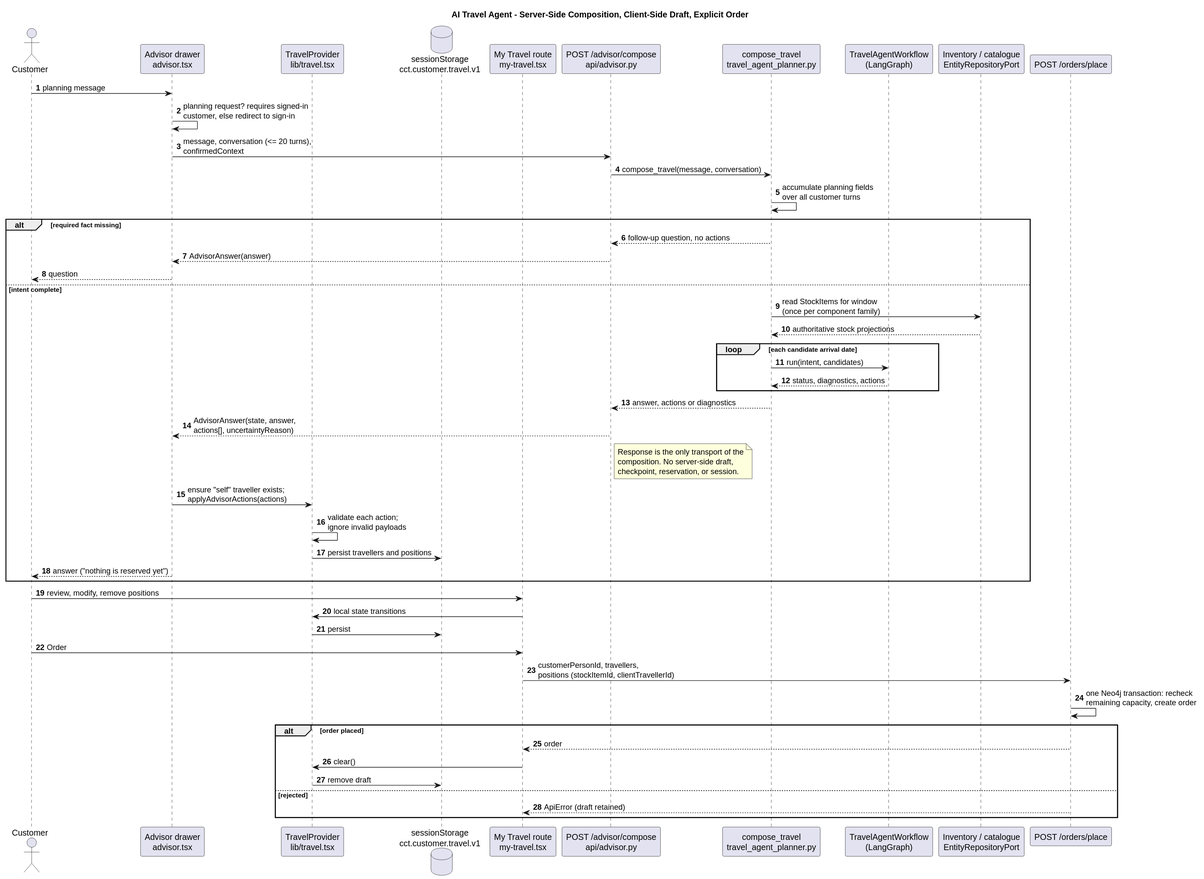
This is docs/architecture/software-architecture/travel-agent-client-draft.svg from hochschule-darmstadt/a3se_app, a PlantUML export, as it was before one commit. Its diagram source:
```plantuml
@startuml
title AI Travel Agent - Server-Side Composition, Client-Side Draft, Explicit Order
autonumber
actor Customer
participant "Advisor drawer\nadvisor.tsx" as UI
participant "TravelProvider\nlib/travel.tsx" as TP
database "sessionStorage\ncct.customer.travel.v1" as SS
participant "My Travel route\nmy-travel.tsx" as MT
participant "POST /advisor/compose\napi/advisor.py" as API
participant "compose_travel\ntravel_agent_planner.py" as PL
participant "TravelAgentWorkflow\n(LangGraph)" as WF
participant "Inventory / catalogue\nEntityRepositoryPort" as INV
participant "POST /orders/place" as ORD

Customer -> UI: planning message
UI -> UI: planning request? requires signed-in\ncustomer, else redirect to sign-in
UI -> API: message, conversation (<= 20 turns),\nconfirmedContext
API -> PL: compose_travel(message, conversation)
PL -> PL: accumulate planning fields\nover all customer turns
alt required fact missing
  PL --> API: follow-up question, no actions
  API --> UI: AdvisorAnswer(answer)
  UI --> Customer: question
else intent complete
  PL -> INV: read StockItems for window\n(once per component family)
  INV --> PL: authoritative stock projections
  loop each candidate arrival date
    PL -> WF: run(intent, candidates)
    WF --> PL: status, diagnostics, actions
  end
  PL --> API: answer, actions or diagnostics
  API --> UI: AdvisorAnswer(state, answer,\nactions[], uncertaintyReason)
  note right of API
    Response is the only transport of the
    composition. No server-side draft,
    checkpoint, reservation, or session.
  end note
  UI -> TP: ensure "self" traveller exists;\napplyAdvisorActions(actions)
  TP -> TP: validate each action;\nignore invalid payloads
  TP -> SS: persist travellers and positions
  UI --> Customer: answer ("nothing is reserved yet")
end

Customer -> MT: review, modify, remove positions
MT -> TP: local state transitions
TP -> SS: persist
Customer -> MT: Order
MT -> ORD: customerPersonId, travellers,\npositions (stockItemId, clientTravellerId)
ORD -> ORD: one Neo4j transaction: recheck\nremaining capacity, create order
alt order placed
  ORD --> MT: order
  MT -> TP: clear()
  TP -> SS: remove draft
else rejected
  ORD --> MT: ApiError (draft retained)
end
@enduml
```
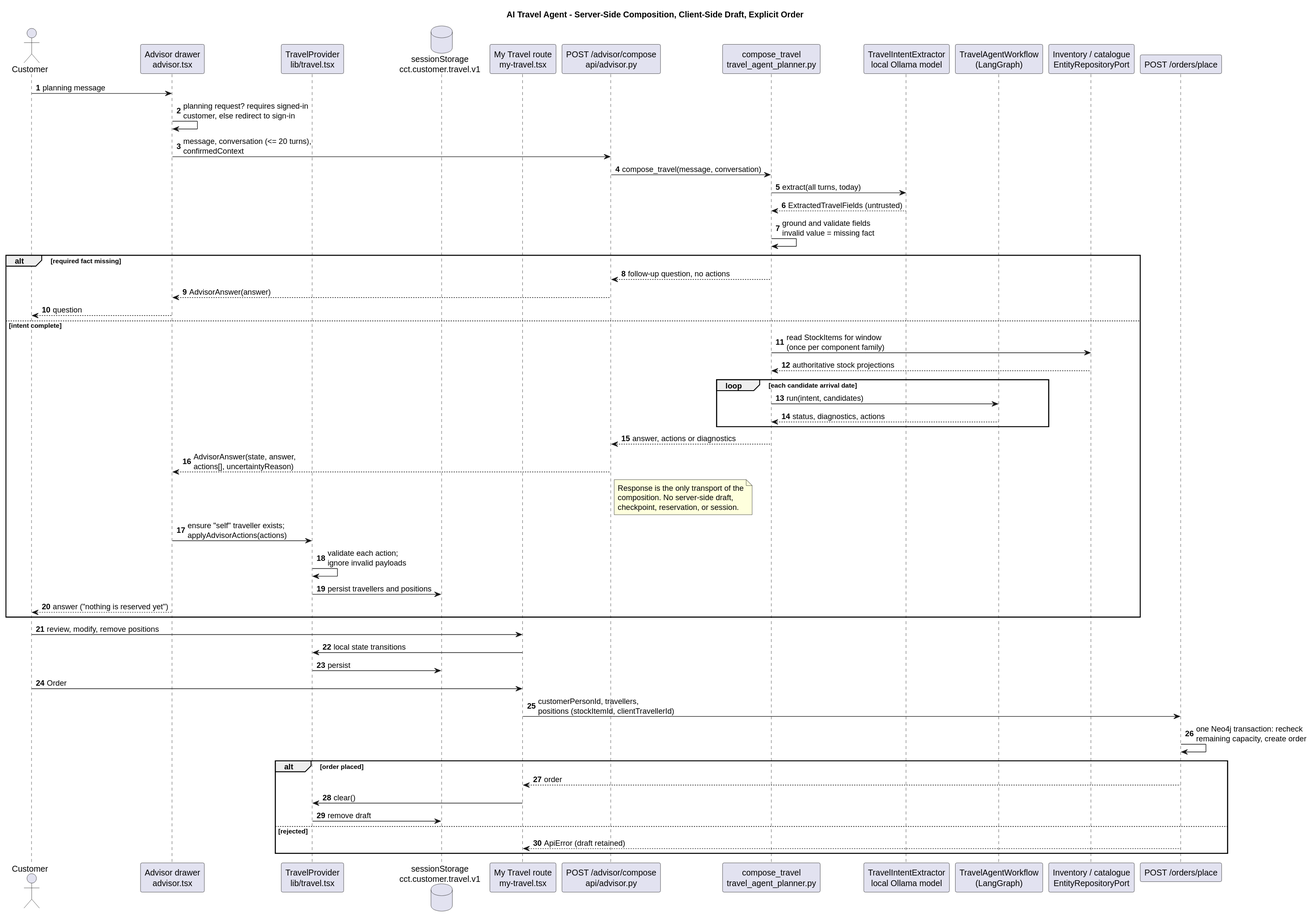
Later version of the same file.

Commit message:
refactored AI travel agent: now uses LLM for extracting information instead of regex (#47)

The edit, as a diff of the source:
```diff
@@ -8,6 +8,7 @@
 participant "My Travel route\nmy-travel.tsx" as MT
 participant "POST /advisor/compose\napi/advisor.py" as API
 participant "compose_travel\ntravel_agent_planner.py" as PL
+participant "TravelIntentExtractor\nlocal Ollama model" as EX
 participant "TravelAgentWorkflow\n(LangGraph)" as WF
 participant "Inventory / catalogue\nEntityRepositoryPort" as INV
 participant "POST /orders/place" as ORD
@@ -16,7 +17,9 @@
 UI -> UI: planning request? requires signed-in\ncustomer, else redirect to sign-in
 UI -> API: message, conversation (<= 20 turns),\nconfirmedContext
 API -> PL: compose_travel(message, conversation)
-PL -> PL: accumulate planning fields\nover all customer turns
+PL -> EX: extract(all turns, today)
+EX --> PL: ExtractedTravelFields (untrusted)
+PL -> PL: ground and validate fields\ninvalid value = missing fact
 alt required fact missing
   PL --> API: follow-up question, no actions
   API --> UI: AdvisorAnswer(answer)
```
